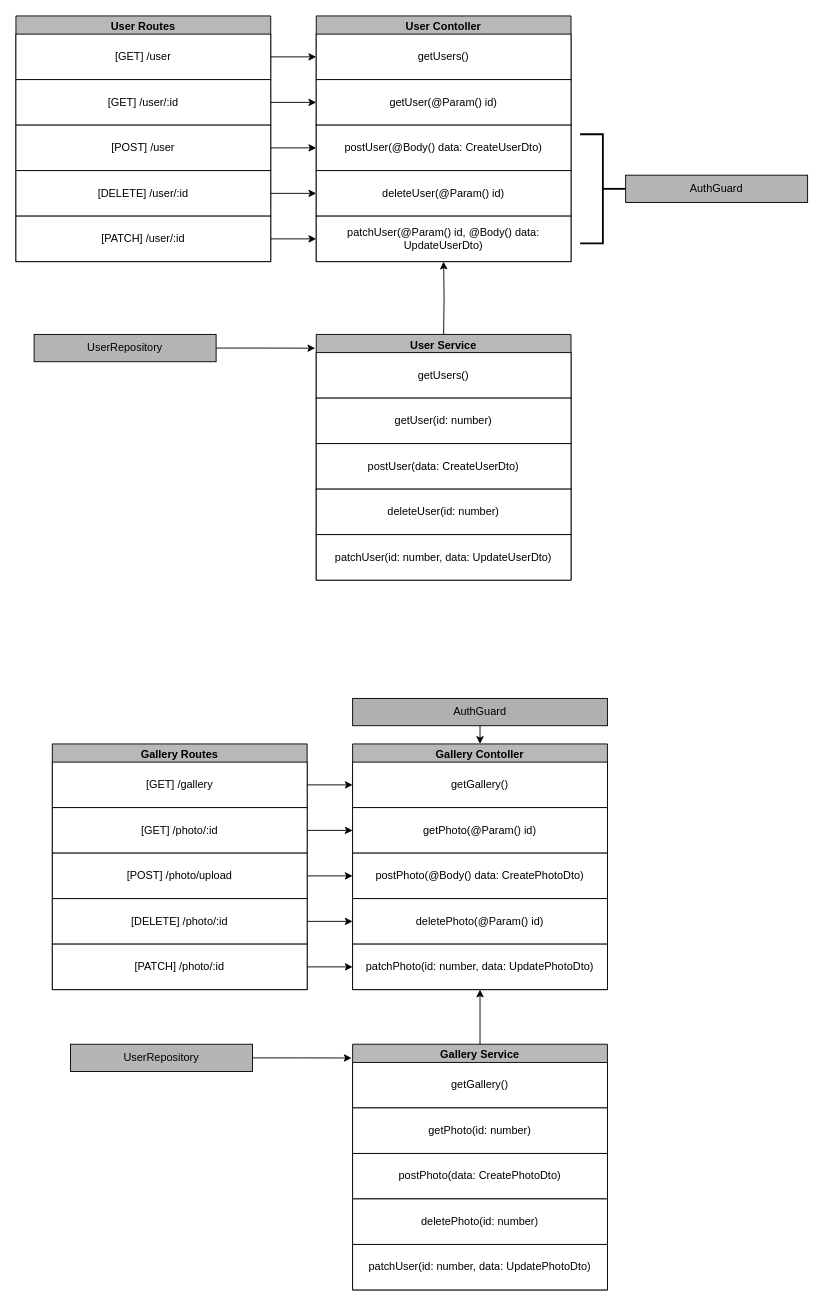
Above: UserContollerScheme.drawio in tomerab1/blog-api (draw.io), before the change. Source tidied: cells renumbered, new cells numbered last; positions are measured from the earlier drawing's top-left corner, leaving out a move shared by most shapes. Both pictures are drawn from the tidied source at 91%, with x=0, y=0 at pixel (15, 15).
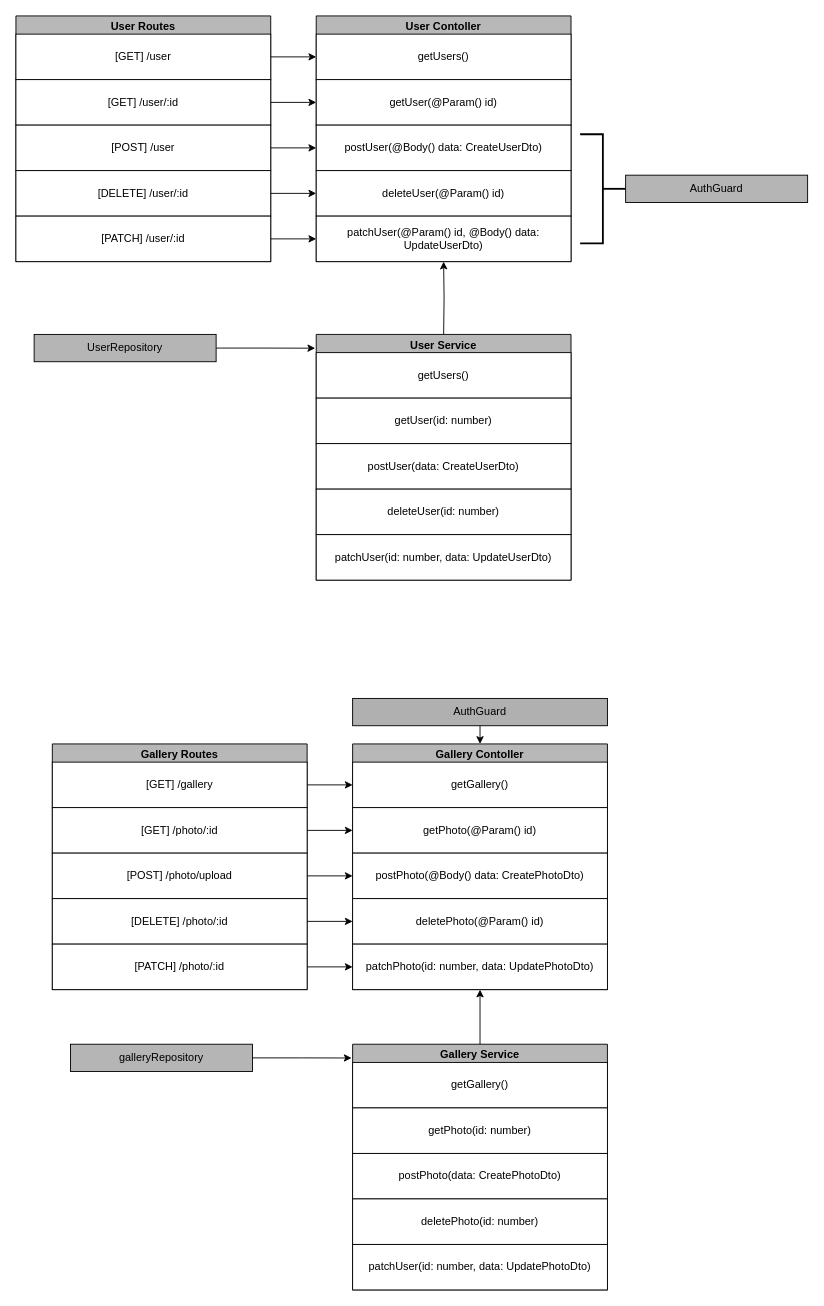
The same page after the edit.

What changed in the source:
```diff
@@
-    <mxCell id="55" value="UserRepository" style="rounded=0;whiteSpace=wrap;html=1;fillColor=#B5B5B5;" parent="1" vertex="1">
+    <mxCell id="55" value="galleryRepository" style="rounded=0;whiteSpace=wrap;html=1;fillColor=#B5B5B5;" parent="1" vertex="1">
       <mxGeometry x="60" y="1130" width="200" height="30" as="geometry" />
     </mxCell>
```
